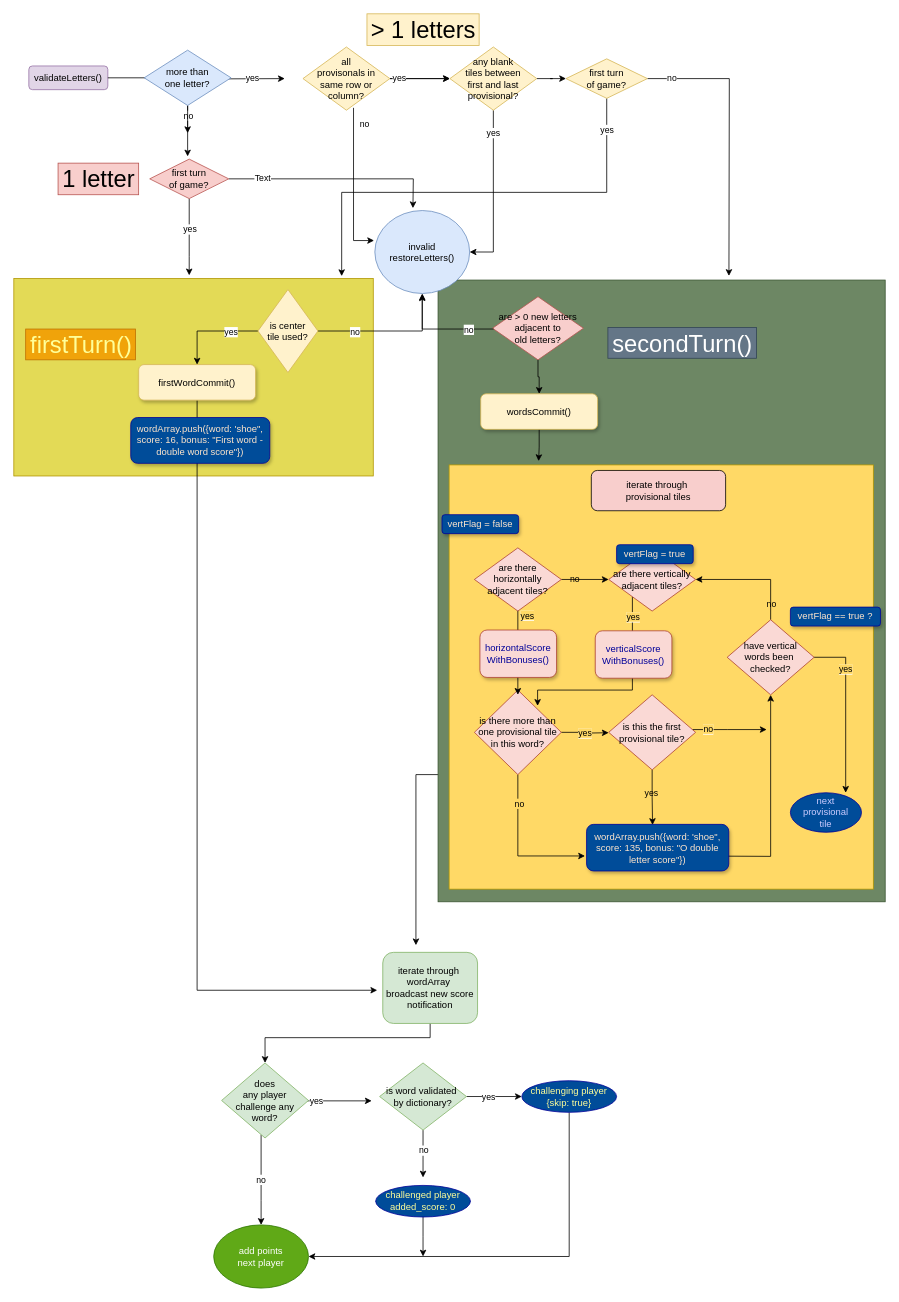
davebenjoya/scrooble keeps this draw.io diagram as scrooble_scoring.drawio. Above is the earlier version. Source tidied: cells renumbered, new cells numbered last; positions are measured from the earlier drawing's top-left corner, leaving out a move shared by most shapes. Both pictures are drawn from the tidied source at 79%, with x=0, y=0 at pixel (13, 13).
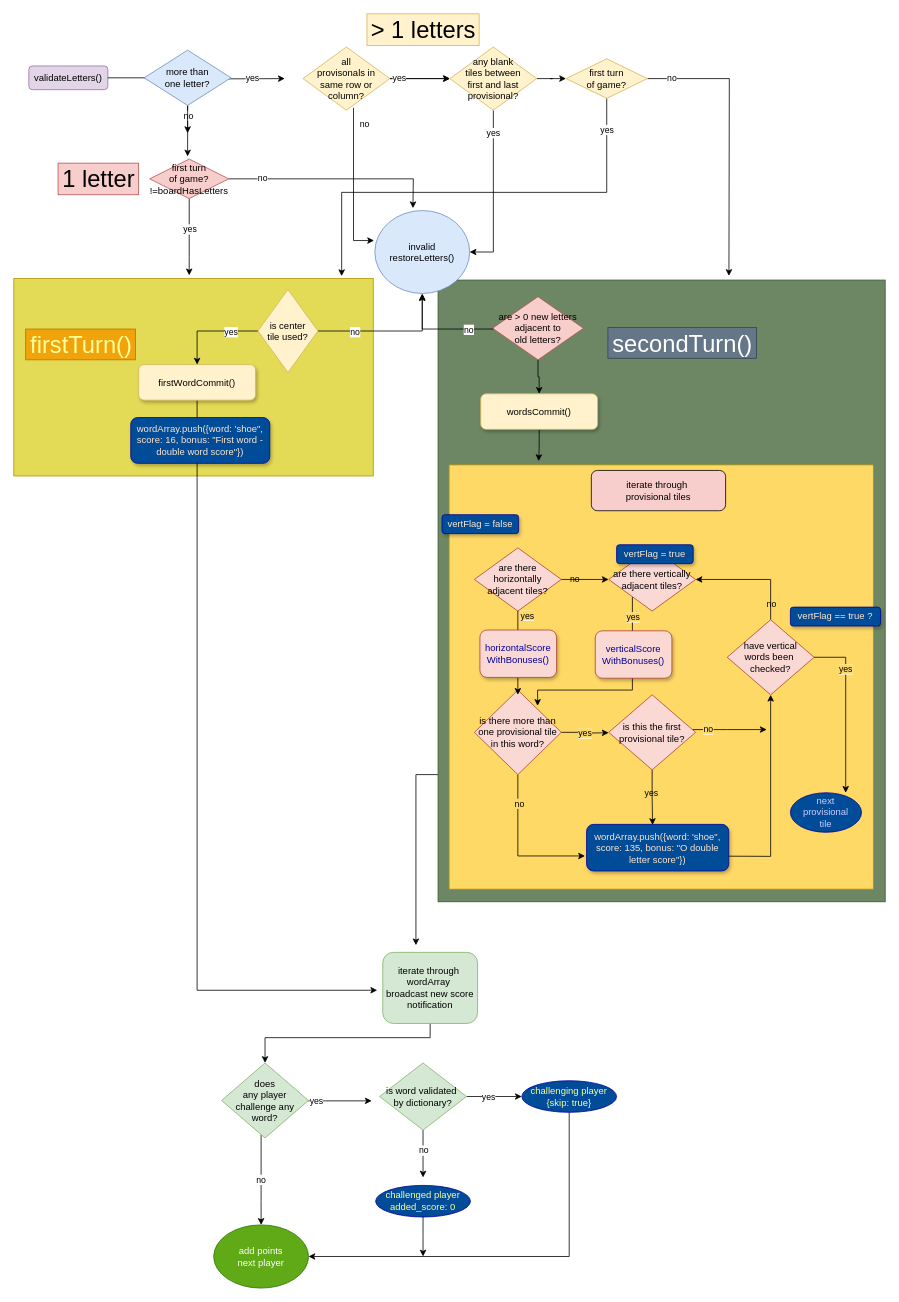
After the change.

The change refers to these unchanged cells:
```xml
<mxCell id="84" style="edgeStyle=orthogonalEdgeStyle;rounded=0;jettySize=auto;html=1;" parent="1" edge="1" source="86">
  <mxGeometry relative="1" as="geometry">
    <mxPoint x="505.2" y="246" as="targetPoint" />
  </mxGeometry>
</mxCell>
```

Change to the diagram source:
```diff
@@
-    <mxCell id="85" value="Text" style="edgeLabel;html=1;align=center;verticalAlign=middle;" parent="84" vertex="1">
+    <mxCell id="85" value="no" style="edgeLabel;html=1;align=center;verticalAlign=middle;" parent="84" vertex="1">
       <mxGeometry x="-0.69" y="1" relative="1" as="geometry" />
     </mxCell>
-    <mxCell id="86" value="first turn&lt;br&gt;of game?" style="rhombus;whiteSpace=wrap;html=1;fillColor=#f8cecc;strokeColor=#b85450;" parent="1" vertex="1">
+    <mxCell id="86" value="first turn&lt;br&gt;of game? &lt;br&gt;!=boardHasLetters" style="rhombus;whiteSpace=wrap;html=1;fillColor=#f8cecc;strokeColor=#b85450;" parent="1" vertex="1">
       <mxGeometry x="172" y="183.9" width="100" height="50" as="geometry" />
     </mxCell>
```
